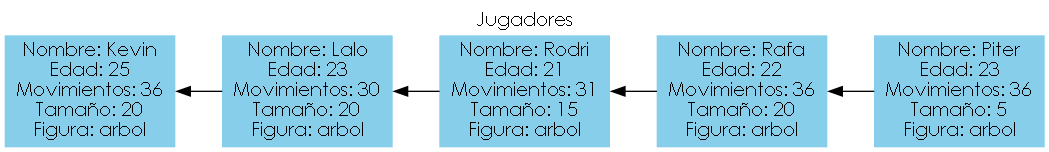
This is Jugadores/reporte.png from KevinPalaciosQ/IPC2_Proyecto1_201902278, a Graphviz export, as it was before one commit. Its source is kept beside it as Jugadores/reporte.dot.
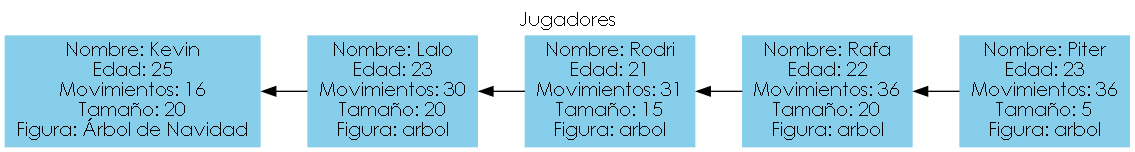
After the change.

The edit, as a diff of the source:
```diff
@@ -4,7 +4,7 @@
  node[shape=box, style=filled, color=skyblue, fontname="Century Gothic"];
  graph [fontname="Century Gothic"];
  labelloc="t"; label="Jugadores";
-0[label="Nombre: Kevin\nEdad: 25\nMovimientos: 36\nTamaño: 20\nFigura: arbol"];
+0[label="Nombre: Kevin\nEdad: 25\nMovimientos: 16\nTamaño: 20\nFigura: Árbol de Navidad"];
 0->1[dir=back];
 1[label="Nombre: Lalo\nEdad: 23\nMovimientos: 30\nTamaño: 20\nFigura: arbol"];
 1->2[dir=back];
```
